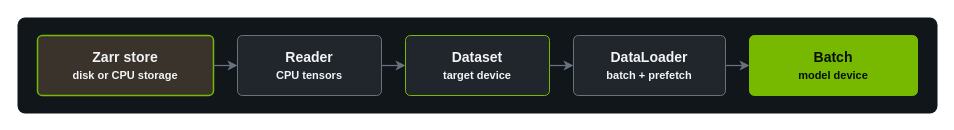
Before: notebooks/00-core-playbook/assets/zarr-data-flow.drawio in openhackathons-org/ALCHEMI-Bootcamp, a draw.io diagram. Source tidied: cells renumbered, new cells numbered last; positions are measured from the earlier drawing's top-left corner, leaving out a move shared by most shapes. Both pictures are drawn from the tidied source at 100%, with x=0, y=0 at pixel (17, 17).
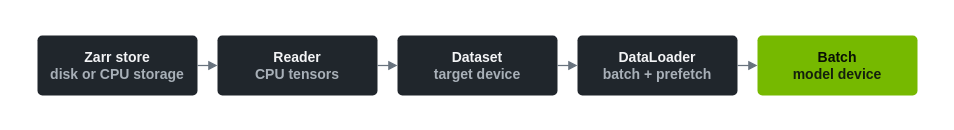
The same diagram, later.

What changed in the source:
```diff
@@
 <mxGraphModel>
   <root>
     <mxCell id="0" />
     <mxCell id="1" parent="0" />
-    <mxCell id="2" style="rounded=1;arcSize=8;whiteSpace=wrap;html=1;fillColor=#11161B;strokeColor=none;" parent="1" vertex="1">
-      <mxGeometry width="920" height="96" as="geometry" />
-    </mxCell>
-    <mxCell id="3" value="Zarr store&lt;br&gt;&lt;font style=&quot;font-size: 11px;&quot;&gt;disk or CPU storage&lt;/font&gt;" style="rounded=1;arcSize=8;whiteSpace=wrap;html=1;fillColor=#3A332C;strokeColor=#76B900;strokeWidth=1.5;fontColor=#F3F4F6;fontStyle=1;fontSize=14;align=center;verticalAlign=middle;" parent="1" vertex="1">
-      <mxGeometry x="20" y="18" width="176" height="60" as="geometry" />
+    <mxCell id="3" value="Zarr store&lt;br&gt;&lt;font color='#A8B0B8'&gt;disk or CPU storage&lt;/font&gt;" style="rounded=1;arcSize=8;whiteSpace=wrap;html=1;fillColor=#20262C;strokeColor=none;fontColor=#F3F4F6;fontFamily=NVIDIA Sans;fontSize=14;fontStyle=1;align=center;verticalAlign=middle;" parent="1" vertex="1">
+      <mxGeometry x="20" y="18" width="160" height="60" as="geometry" />
     </mxCell>
-    <mxCell id="4" value="Reader&lt;br&gt;&lt;font style=&quot;font-size: 11px;&quot;&gt;CPU tensors&lt;/font&gt;" style="rounded=1;arcSize=8;whiteSpace=wrap;html=1;fillColor=#20262C;strokeColor=#68737E;fontColor=#F3F4F6;fontStyle=1;fontSize=14;align=center;verticalAlign=middle;" parent="1" vertex="1">
-      <mxGeometry x="220" y="18" width="144" height="60" as="geometry" />
+    <mxCell id="4" value="Reader&lt;br&gt;&lt;font color='#A8B0B8'&gt;CPU tensors&lt;/font&gt;" style="rounded=1;arcSize=8;whiteSpace=wrap;html=1;fillColor=#20262C;strokeColor=none;fontColor=#F3F4F6;fontFamily=NVIDIA Sans;fontSize=14;fontStyle=1;align=center;verticalAlign=middle;" parent="1" vertex="1">
+      <mxGeometry x="200" y="18" width="160" height="60" as="geometry" />
     </mxCell>
-    <mxCell id="5" value="Dataset&lt;br&gt;&lt;font style=&quot;font-size: 11px;&quot;&gt;target device&lt;/font&gt;" style="rounded=1;arcSize=8;whiteSpace=wrap;html=1;fillColor=#20262C;strokeColor=#76B900;fontColor=#F3F4F6;fontStyle=1;fontSize=14;align=center;verticalAlign=middle;" parent="1" vertex="1">
-      <mxGeometry x="388" y="18" width="144" height="60" as="geometry" />
+    <mxCell id="5" value="Dataset&lt;br&gt;&lt;font color='#A8B0B8'&gt;target device&lt;/font&gt;" style="rounded=1;arcSize=8;whiteSpace=wrap;html=1;fillColor=#20262C;strokeColor=none;fontColor=#F3F4F6;fontFamily=NVIDIA Sans;fontSize=14;fontStyle=1;align=center;verticalAlign=middle;" parent="1" vertex="1">
+      <mxGeometry x="380" y="18" width="160" height="60" as="geometry" />
     </mxCell>
-    <mxCell id="6" value="DataLoader&lt;br&gt;&lt;font style=&quot;font-size: 11px;&quot;&gt;batch + prefetch&lt;/font&gt;" style="rounded=1;arcSize=8;whiteSpace=wrap;html=1;fillColor=#20262C;strokeColor=#68737E;fontColor=#F3F4F6;fontStyle=1;fontSize=14;align=center;verticalAlign=middle;" parent="1" vertex="1">
-      <mxGeometry x="556" y="18" width="152" height="60" as="geometry" />
+    <mxCell id="6" value="DataLoader&lt;br&gt;&lt;font color='#A8B0B8'&gt;batch + prefetch&lt;/font&gt;" style="rounded=1;arcSize=8;whiteSpace=wrap;html=1;fillColor=#20262C;strokeColor=none;fontColor=#F3F4F6;fontFamily=NVIDIA Sans;fontSize=14;fontStyle=1;align=center;verticalAlign=middle;" parent="1" vertex="1">
+      <mxGeometry x="560" y="18" width="160" height="60" as="geometry" />
     </mxCell>
-    <mxCell id="7" value="Batch&lt;br&gt;&lt;font style=&quot;font-size: 11px;&quot;&gt;model device&lt;/font&gt;" style="rounded=1;arcSize=8;whiteSpace=wrap;html=1;fillColor=#76B900;strokeColor=#76B900;fontColor=#081005;fontStyle=1;fontSize=14;align=center;verticalAlign=middle;" parent="1" vertex="1">
-      <mxGeometry x="732" y="18" width="168" height="60" as="geometry" />
+    <mxCell id="7" value="Batch&lt;br&gt;&lt;font color='#15200D'&gt;model device&lt;/font&gt;" style="rounded=1;arcSize=8;whiteSpace=wrap;html=1;fillColor=#76B900;strokeColor=none;fontColor=#081005;fontFamily=NVIDIA Sans;fontSize=14;fontStyle=1;align=center;verticalAlign=middle;" parent="1" vertex="1">
+      <mxGeometry x="740" y="18" width="160" height="60" as="geometry" />
     </mxCell>
-    <mxCell id="8" style="edgeStyle=none;rounded=0;jettySize=auto;html=1;endArrow=classic;endFill=1;endSize=6;strokeColor=#68737E;strokeWidth=1.25;" parent="1" edge="1" source="3" target="4">
+    <mxCell id="8" style="edgeStyle=orthogonalEdgeStyle;rounded=1;strokeColor=#68737E;strokeWidth=1.25;endArrow=block;endFill=1;" parent="1" edge="1" source="3" target="4">
       <mxGeometry relative="1" as="geometry" />
     </mxCell>
-    <mxCell id="9" style="edgeStyle=none;rounded=0;jettySize=auto;html=1;endArrow=classic;endFill=1;endSize=6;strokeColor=#68737E;strokeWidth=1.25;" parent="1" edge="1" source="4" target="5">
+    <mxCell id="9" style="edgeStyle=orthogonalEdgeStyle;rounded=1;strokeColor=#68737E;strokeWidth=1.25;endArrow=block;endFill=1;" parent="1" edge="1" source="4" target="5">
       <mxGeometry relative="1" as="geometry" />
     </mxCell>
-    <mxCell id="10" style="edgeStyle=none;rounded=0;jettySize=auto;html=1;endArrow=classic;endFill=1;endSize=6;strokeColor=#68737E;strokeWidth=1.25;" parent="1" edge="1" source="5" target="6">
+    <mxCell id="10" style="edgeStyle=orthogonalEdgeStyle;rounded=1;strokeColor=#68737E;strokeWidth=1.25;endArrow=block;endFill=1;" parent="1" edge="1" source="5" target="6">
       <mxGeometry relative="1" as="geometry" />
     </mxCell>
-    <mxCell id="11" style="edgeStyle=none;rounded=0;jettySize=auto;html=1;endArrow=classic;endFill=1;endSize=6;strokeColor=#68737E;strokeWidth=1.25;" parent="1" edge="1" source="6" target="7">
+    <mxCell id="11" style="edgeStyle=orthogonalEdgeStyle;rounded=1;strokeColor=#68737E;strokeWidth=1.25;endArrow=block;endFill=1;" parent="1" edge="1" source="6" target="7">
       <mxGeometry relative="1" as="geometry" />
     </mxCell>
   </root>
 </mxGraphModel>
```
